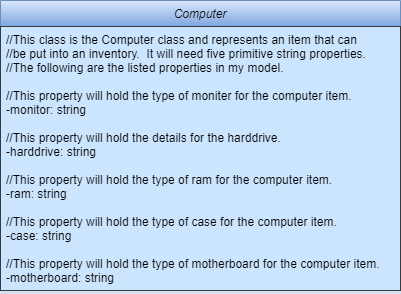
This is PropertyList.png from sirlopesalot/ExerciseTwoEnterpriseApplications, a draw.io export, as it was before one commit. Source tidied: cells renumbered, new cells last; positions are measured from the earlier drawing's top-left corner, leaving out a move shared by most shapes. Its diagram source:
```xml
<mxGraphModel background="#D4E1F5">
  <root>
    <mxCell id="0" />
    <mxCell id="1" parent="0" />
    <mxCell id="2" value="Computer" style="swimlane;fontStyle=2;align=center;verticalAlign=top;horizontal=1;startSize=26;rounded=0;shadow=0;strokeWidth=1;gradientColor=#7ea6e0;fillColor=#dae8fc;strokeColor=#6c8ebf;" parent="1" vertex="1">
      <mxGeometry width="400" height="290" as="geometry" />
    </mxCell>
    <mxCell id="3" value="//This class is the Computer class and represents an item that can&#10;//be put into an inventory.  It will need five primitive string properties.&#10;//The following are the listed properties in my model.&#10;&#10;//This property will hold the type of moniter for the computer item.&#10;-monitor: string&#10;&#10;//This property will hold the details for the harddrive.&#10;-harddrive: string&#10;&#10;//This property will hold the type of ram for the computer item.&#10;-ram: string&#10;&#10;//This property will hold the type of case for the computer item.&#10;-case: string&#10;&#10;//This property will hold the type of motherboard for the computer item.&#10;-motherboard: string" style="text;align=left;verticalAlign=top;spacingLeft=4;spacingRight=4;overflow=hidden;fillColor=#cce5ff;strokeColor=#36393d;" parent="2" vertex="1">
      <mxGeometry y="26" width="400" height="264" as="geometry" />
    </mxCell>
  </root>
</mxGraphModel>
```
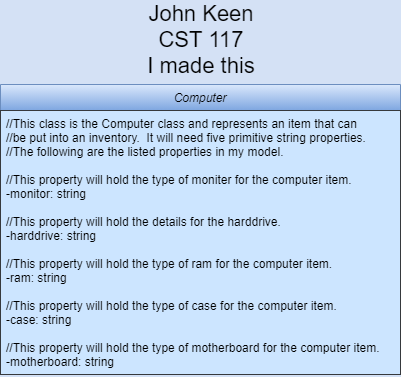
The same diagram one commit later.

What changed in the source:
```diff
@@ -8,5 +8,8 @@
     <mxCell id="3" value="//This class is the Computer class and represents an item that can&#10;//be put into an inventory.  It will need five primitive string properties.&#10;//The following are the listed properties in my model.&#10;&#10;//This property will hold the type of moniter for the computer item.&#10;-monitor: string&#10;&#10;//This property will hold the details for the harddrive.&#10;-harddrive: string&#10;&#10;//This property will hold the type of ram for the computer item.&#10;-ram: string&#10;&#10;//This property will hold the type of case for the computer item.&#10;-case: string&#10;&#10;//This property will hold the type of motherboard for the computer item.&#10;-motherboard: string" style="text;align=left;verticalAlign=top;spacingLeft=4;spacingRight=4;overflow=hidden;fillColor=#cce5ff;strokeColor=#36393d;" parent="2" vertex="1">
       <mxGeometry y="26" width="400" height="264" as="geometry" />
     </mxCell>
+    <mxCell id="4" value="&lt;font style=&quot;font-size: 22px&quot;&gt;John Keen&lt;br&gt;CST 117&lt;br&gt;I made this&lt;/font&gt;" style="text;html=1;strokeColor=none;fillColor=none;align=center;verticalAlign=middle;whiteSpace=wrap;rounded=0;" parent="1" vertex="1">
+      <mxGeometry x="6" y="-80" width="390" height="70" as="geometry" />
+    </mxCell>
   </root>
 </mxGraphModel>
```
